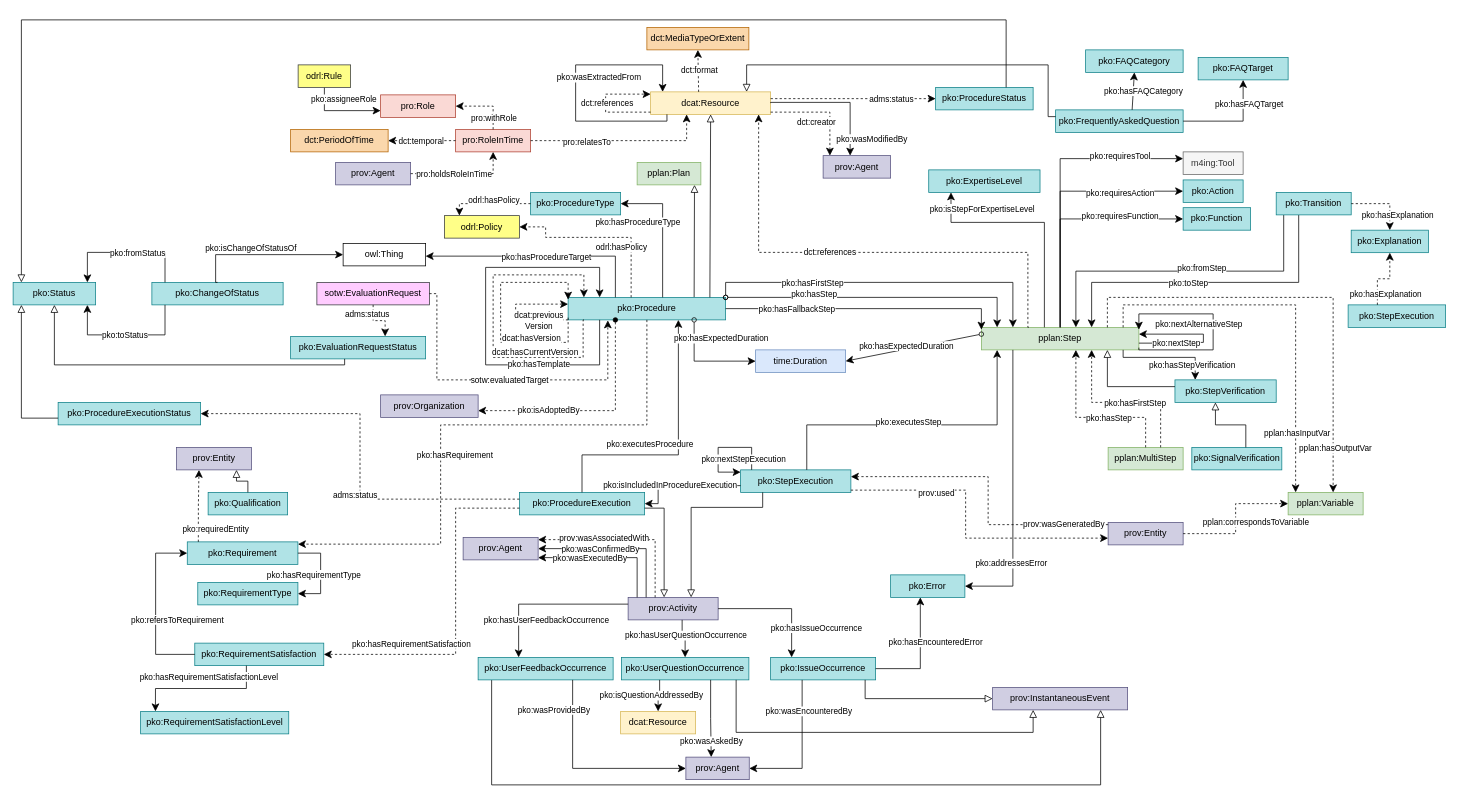
Above: page "pko-short" (2 of 3) of ontology/pko.drawio in perks-project/pk-ontology (draw.io), before the change. Source tidied: cells renumbered, new cells numbered last; positions are measured from the earlier drawing's top-left corner, leaving out a move shared by most shapes. Both pictures are drawn from the tidied source at 75%, with x=0, y=0 at pixel (13, 20).
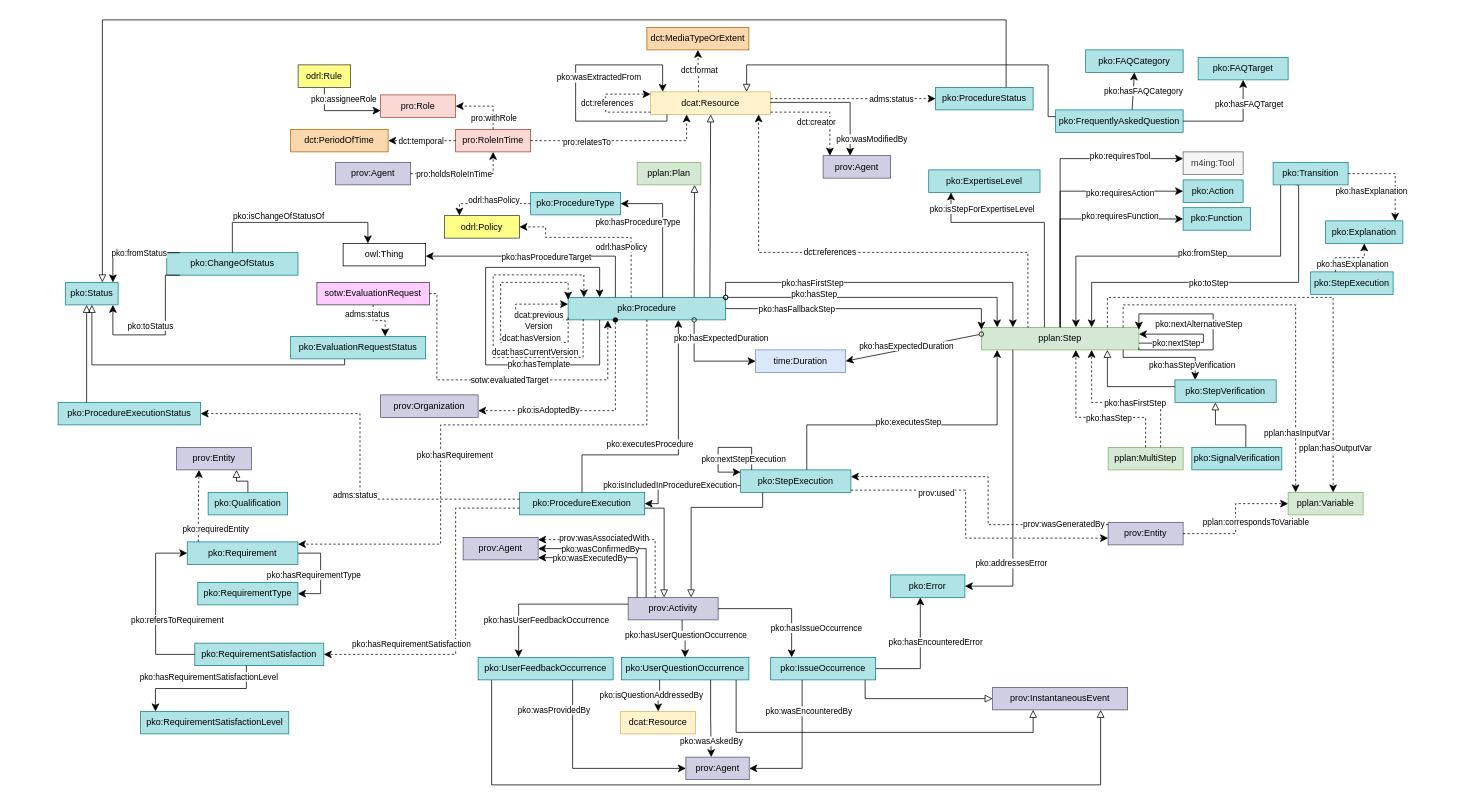
The same page after the edit.

The change refers to these unchanged cells:
```xml
<mxCell id="86" value="pko:ProcedureExecutionStatus" style="rounded=0;whiteSpace=wrap;html=1;snapToPoint=1;points=[[0.1,0],[0.2,0],[0.3,0],[0.4,0],[0.5,0],[0.6,0],[0.7,0],[0.8,0],[0.9,0],[0,0.1],[0,0.3],[0,0.5],[0,0.7],[0,0.9],[0.1,1],[0.2,1],[0.3,1],[0.4,1],[0.5,1],[0.6,1],[0.7,1],[0.8,1],[0.9,1],[1,0.1],[1,0.3],[1,0.5],[1,0.7],[1,0.9]];fillColor=#b0e3e6;strokeColor=#0e8088;" parent="1" vertex="1">
  <mxGeometry x="60" y="510" width="190" height="30" as="geometry" />
</mxCell>
<mxCell id="154" value="owl:Thing" style="rounded=0;whiteSpace=wrap;html=1;snapToPoint=1;points=[[0.1,0],[0.2,0],[0.3,0],[0.4,0],[0.5,0],[0.6,0],[0.7,0],[0.8,0],[0.9,0],[0,0.1],[0,0.3],[0,0.5],[0,0.7],[0,0.9],[0.1,1],[0.2,1],[0.3,1],[0.4,1],[0.5,1],[0.6,1],[0.7,1],[0.8,1],[0.9,1],[1,0.1],[1,0.3],[1,0.5],[1,0.7],[1,0.9]];" parent="1" vertex="1">
  <mxGeometry x="440" y="298" width="110" height="30" as="geometry" />
</mxCell>
<mxCell id="167" value="pko:EvaluationRequestStatus" style="rounded=0;whiteSpace=wrap;html=1;snapToPoint=1;points=[[0.1,0],[0.2,0],[0.3,0],[0.4,0],[0.5,0],[0.6,0],[0.7,0],[0.8,0],[0.9,0],[0,0.1],[0,0.3],[0,0.5],[0,0.7],[0,0.9],[0.1,1],[0.2,1],[0.3,1],[0.4,1],[0.5,1],[0.6,1],[0.7,1],[0.8,1],[0.9,1],[1,0.1],[1,0.3],[1,0.5],[1,0.7],[1,0.9]];fillColor=#b0e3e6;strokeColor=#0e8088;fontStyle=0;" parent="1" vertex="1">
  <mxGeometry x="370" y="422" width="180" height="30" as="geometry" />
</mxCell>
<mxCell id="216" style="endArrow=classic;html=1;endSize=8;arcSize=0;rounded=0;edgeStyle=orthogonalEdgeStyle;dashed=1;entryX=0.5;entryY=1;entryDx=0;entryDy=0;exitX=0.3;exitY=0;exitDx=0;exitDy=0;" parent="1" edge="1" source="215" target="207">
  <mxGeometry relative="1" as="geometry" />
</mxCell>
```

Change to the diagram source:
```diff
@@
     <mxCell id="175" value="pko:ChangeOfStatus" style="rounded=0;whiteSpace=wrap;html=1;snapToPoint=1;points=[[0.1,0],[0.2,0],[0.3,0],[0.4,0],[0.5,0],[0.6,0],[0.7,0],[0.8,0],[0.9,0],[0,0.1],[0,0.3],[0,0.5],[0,0.7],[0,0.9],[0.1,1],[0.2,1],[0.3,1],[0.4,1],[0.5,1],[0.6,1],[0.7,1],[0.8,1],[0.9,1],[1,0.1],[1,0.3],[1,0.5],[1,0.7],[1,0.9]];fillColor=#b0e3e6;strokeColor=#0e8088;" parent="1" vertex="1">
-      <mxGeometry x="185" y="350" width="175" height="30" as="geometry" />
+      <mxGeometry x="204.8" y="310.4" width="175" height="30" as="geometry" />
     </mxCell>
-    <mxCell id="176" style="endArrow=classic;html=1;exitX=0.5;exitY=0;exitDx=0;exitDy=0;endSize=8;arcSize=0;rounded=0;edgeStyle=orthogonalEdgeStyle;entryX=0;entryY=0.5;entryDx=0;entryDy=0;" parent="1" edge="1" source="175" target="154">
+    <mxCell id="176" style="endArrow=classic;html=1;exitX=0.5;exitY=0;exitDx=0;exitDy=0;endSize=8;arcSize=0;rounded=0;edgeStyle=orthogonalEdgeStyle;entryX=0.3;entryY=0;entryDx=0;entryDy=0;" parent="1" edge="1" source="175" target="154">
       <mxGeometry relative="1" as="geometry">
         <Array as="points">
-          <mxPoint x="270" y="350" />
-          <mxPoint x="270" y="313" />
+          <mxPoint x="292" y="270" />
+          <mxPoint x="473" y="270" />
         </Array>
       </mxGeometry>
     </mxCell>
@@
     <mxCell id="178" style="endArrow=classic;html=1;exitX=0.1;exitY=0;exitDx=0;exitDy=0;endSize=8;arcSize=0;rounded=0;entryX=0.9;entryY=0;entryDx=0;entryDy=0;edgeStyle=orthogonalEdgeStyle;" parent="1" edge="1" source="175" target="182">
       <mxGeometry relative="1" as="geometry">
         <Array as="points">
-          <mxPoint x="202" y="310" />
-          <mxPoint x="99" y="310" />
+          <mxPoint x="203" y="310" />
+          <mxPoint x="129" y="310" />
         </Array>
       </mxGeometry>
     </mxCell>
@@
     <mxCell id="180" style="endArrow=classic;html=1;exitX=0.1;exitY=1;exitDx=0;exitDy=0;endSize=8;arcSize=0;rounded=0;entryX=0.9;entryY=1;entryDx=0;entryDy=0;edgeStyle=orthogonalEdgeStyle;" parent="1" edge="1" source="175" target="182">
       <mxGeometry relative="1" as="geometry">
         <Array as="points">
+          <mxPoint x="203" y="340" />
           <mxPoint x="203" y="420" />
-          <mxPoint x="99" y="420" />
+          <mxPoint x="133" y="420" />
         </Array>
       </mxGeometry>
     </mxCell>
@@
     <mxCell id="182" value="pko:Status" style="rounded=0;whiteSpace=wrap;html=1;snapToPoint=1;points=[[0.1,0],[0.2,0],[0.3,0],[0.4,0],[0.5,0],[0.6,0],[0.7,0],[0.8,0],[0.9,0],[0,0.1],[0,0.3],[0,0.5],[0,0.7],[0,0.9],[0.1,1],[0.2,1],[0.3,1],[0.4,1],[0.5,1],[0.6,1],[0.7,1],[0.8,1],[0.9,1],[1,0.1],[1,0.3],[1,0.5],[1,0.7],[1,0.9]];fillColor=#b0e3e6;strokeColor=#0e8088;" parent="1" vertex="1">
-      <mxGeometry y="350" width="110" height="30" as="geometry" />
+      <mxGeometry x="70" y="350" width="70" height="30" as="geometry" />
     </mxCell>
-    <mxCell id="183" style="endArrow=block;html=1;fontColor=#000099;exitX=0;exitY=0.7;exitDx=0;exitDy=0;endFill=0;endSize=8;arcSize=0;rounded=0;entryX=0.1;entryY=1;entryDx=0;entryDy=0;edgeStyle=orthogonalEdgeStyle;" parent="1" edge="1" source="86" target="182">
+    <mxCell id="183" style="endArrow=block;html=1;fontColor=#000099;exitX=0.2;exitY=0;exitDx=0;exitDy=0;endFill=0;endSize=8;arcSize=0;rounded=0;entryX=0.4;entryY=1;entryDx=0;entryDy=0;edgeStyle=orthogonalEdgeStyle;" parent="1" edge="1" source="86" target="182">
       <mxGeometry relative="1" as="geometry" />
     </mxCell>
-    <mxCell id="184" style="endArrow=block;html=1;fontColor=#000099;exitX=0.9;exitY=0;exitDx=0;exitDy=0;endFill=0;endSize=8;arcSize=0;rounded=0;entryX=0.1;entryY=0;entryDx=0;entryDy=0;edgeStyle=orthogonalEdgeStyle;" parent="1" edge="1" target="182">
+    <mxCell id="184" style="endArrow=block;html=1;fontColor=#000099;exitX=0.9;exitY=0;exitDx=0;exitDy=0;endFill=0;endSize=8;arcSize=0;rounded=0;entryX=0.7;entryY=0;entryDx=0;entryDy=0;edgeStyle=orthogonalEdgeStyle;" parent="1" edge="1" target="182">
       <mxGeometry relative="1" as="geometry">
         <mxPoint x="1324" y="90" as="sourcePoint" />
         <Array as="points">
           <mxPoint x="1324" />
-          <mxPoint x="11" />
+          <mxPoint x="119" />
         </Array>
       </mxGeometry>
     </mxCell>
     <mxCell id="185" style="endArrow=block;html=1;fontColor=#000099;endFill=0;endSize=8;arcSize=0;rounded=0;entryX=0.5;entryY=1;entryDx=0;entryDy=0;edgeStyle=orthogonalEdgeStyle;exitX=0.4;exitY=1;exitDx=0;exitDy=0;" parent="1" edge="1" source="167" target="182">
       <mxGeometry relative="1" as="geometry">
         <Array as="points">
           <mxPoint x="442" y="460" />
-          <mxPoint x="55" y="460" />
+          <mxPoint x="105" y="460" />
         </Array>
       </mxGeometry>
     </mxCell>
@@
     <mxCell id="207" value="pko:Explanation" style="rounded=0;whiteSpace=wrap;html=1;snapToPoint=1;points=[[0.1,0],[0.2,0],[0.3,0],[0.4,0],[0.5,0],[0.6,0],[0.7,0],[0.8,0],[0.9,0],[0,0.1],[0,0.3],[0,0.5],[0,0.7],[0,0.9],[0.1,1],[0.2,1],[0.3,1],[0.4,1],[0.5,1],[0.6,1],[0.7,1],[0.8,1],[0.9,1],[1,0.1],[1,0.3],[1,0.5],[1,0.7],[1,0.9]];fillColor=#b0e3e6;strokeColor=#0e8088;" parent="1" vertex="1">
-      <mxGeometry x="1784.1" y="280.4" width="103" height="30" as="geometry" />
+      <mxGeometry x="1750" y="268" width="103" height="30" as="geometry" />
     </mxCell>
@@
     <mxCell id="212" value="pko:Transition" style="rounded=0;whiteSpace=wrap;html=1;snapToPoint=1;points=[[0.1,0],[0.2,0],[0.3,0],[0.4,0],[0.5,0],[0.6,0],[0.7,0],[0.8,0],[0.9,0],[0,0.1],[0,0.3],[0,0.5],[0,0.7],[0,0.9],[0.1,1],[0.2,1],[0.3,1],[0.4,1],[0.5,1],[0.6,1],[0.7,1],[0.8,1],[0.9,1],[1,0.1],[1,0.3],[1,0.5],[1,0.7],[1,0.9]];fillColor=#b0e3e6;strokeColor=#0e8088;" parent="1" vertex="1">
-      <mxGeometry x="1684.1" y="230" width="100" height="30" as="geometry" />
+      <mxGeometry x="1680" y="190" width="100" height="30" as="geometry" />
     </mxCell>
-    <mxCell id="213" style="endArrow=classic;html=1;endSize=8;arcSize=0;rounded=0;entryX=0.5;entryY=0;entryDx=0;entryDy=0;exitX=1;exitY=0.5;exitDx=0;exitDy=0;edgeStyle=orthogonalEdgeStyle;dashed=1;" parent="1" edge="1" source="212" target="207">
+    <mxCell id="213" style="endArrow=classic;html=1;endSize=8;arcSize=0;rounded=0;entryX=0.9;entryY=0;entryDx=0;entryDy=0;exitX=1;exitY=0.5;exitDx=0;exitDy=0;edgeStyle=orthogonalEdgeStyle;dashed=1;" parent="1" edge="1" source="212" target="207">
       <mxGeometry relative="1" as="geometry">
         <Array as="points">
-          <mxPoint x="1836" y="245" />
+          <mxPoint x="1843" y="205" />
+          <mxPoint x="1843" y="268" />
         </Array>
       </mxGeometry>
     </mxCell>
     <mxCell id="214" value="&lt;div&gt;pko:hasExplanation&lt;/div&gt;" style="edgeLabel;html=1;align=center;verticalAlign=middle;" parent="213" vertex="1">
       <mxGeometry x="-0.19" y="-1" relative="1" as="geometry">
-        <mxPoint x="26" y="14" as="offset" />
+        <mxPoint x="-21" y="22" as="offset" />
       </mxGeometry>
     </mxCell>
     <mxCell id="215" value="pko:StepExecution" style="rounded=0;whiteSpace=wrap;html=1;snapToPoint=1;points=[[0.1,0],[0.2,0],[0.3,0],[0.4,0],[0.5,0],[0.6,0],[0.7,0],[0.8,0],[0.9,0],[0,0.1],[0,0.3],[0,0.5],[0,0.7],[0,0.9],[0.1,1],[0.2,1],[0.3,1],[0.4,1],[0.5,1],[0.6,1],[0.7,1],[0.8,1],[0.9,1],[1,0.1],[1,0.3],[1,0.5],[1,0.7],[1,0.9]];fillColor=#b0e3e6;strokeColor=#0e8088;" parent="1" vertex="1">
-      <mxGeometry x="1780" y="380" width="130" height="30" as="geometry" />
+      <mxGeometry x="1730" y="336" width="110" height="30" as="geometry" />
     </mxCell>
@@
     <mxCell id="217" value="&lt;div&gt;pko:hasExplanation&lt;/div&gt;" style="edgeLabel;html=1;align=center;verticalAlign=middle;" parent="216" vertex="1">
       <mxGeometry x="-0.19" y="-1" relative="1" as="geometry">
-        <mxPoint x="10" y="19" as="offset" />
+        <mxPoint x="10" y="7" as="offset" />
       </mxGeometry>
     </mxCell>
```
